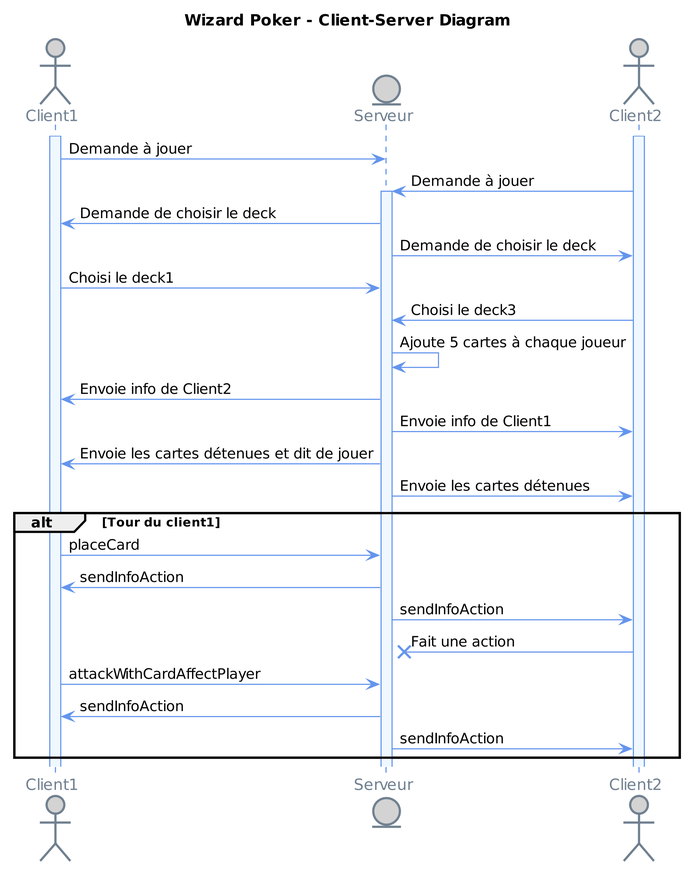
This is srd/assets/uml/ClientServerDiagram.png from elishadrion/tetris, a PlantUML export, as it was before one commit.
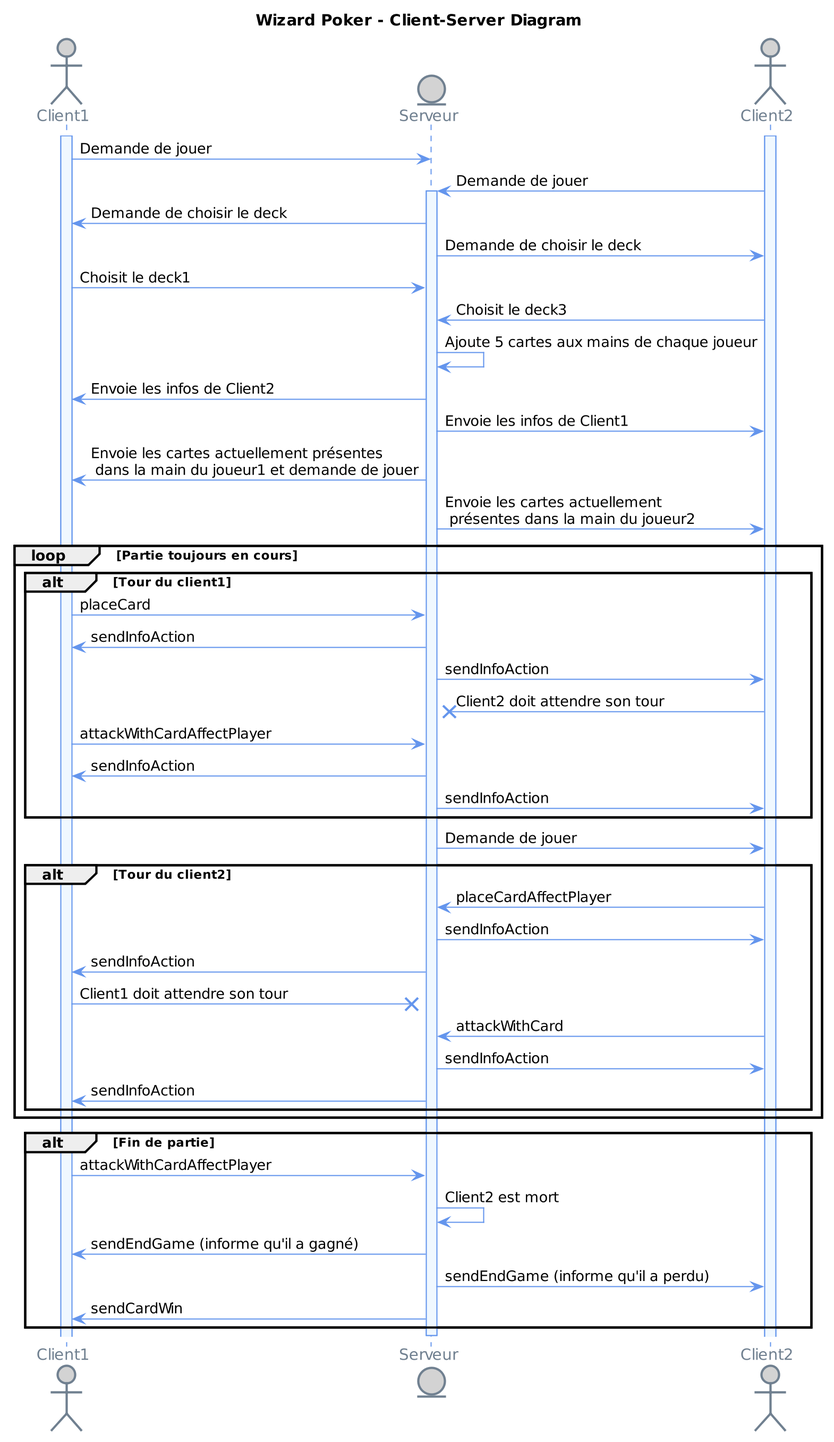
After the commit.

Commit message:
Ajout de la fin de partie dans le diagramme Client/server Mise à jour du PNG

What changed in the source:
```diff
@@ -1,10 +1,9 @@
 @startuml
-
 title Wizard Poker - Client-Server Diagram
 
 skinparam shadowing false
 
-skinparam dpi 300
+skinparam dpi 200
 
 skinparam sequence {
   ArrowColor CornflowerBlue
@@ -29,26 +28,50 @@
 
 
 
-Client1 -> Serveur : Demande à jouer
-Client2 -> Serveur : Demande à jouer
+Client1 -> Serveur : Demande de jouer
+Client2 -> Serveur : Demande de jouer
 activate Serveur
 Serveur -> Client1 : Demande de choisir le deck
 Serveur -> Client2 : Demande de choisir le deck
-Client1 -> Serveur : Choisi le deck1
-Client2 -> Serveur : Choisi le deck3
-Serveur -> Serveur : Ajoute 5 cartes à chaque joueur
-Serveur -> Client1 : Envoie info de Client2
-Serveur -> Client2 : Envoie info de Client1
-Serveur -> Client1 : Envoie les cartes détenues et dit de jouer
-Serveur -> Client2 : Envoie les cartes détenues
+Client1 -> Serveur : Choisit le deck1
+Client2 -> Serveur : Choisit le deck3
+Serveur -> Serveur : Ajoute 5 cartes aux mains de chaque joueur
+Serveur -> Client1 : Envoie les infos de Client2
+Serveur -> Client2 : Envoie les infos de Client1
+Serveur -> Client1 : Envoie les cartes actuellement présentes\n dans la main du joueur1 et demande de jouer
+Serveur -> Client2 : Envoie les cartes actuellement\n présentes dans la main du joueur2
 
+loop Partie toujours en cours
 alt Tour du client1
   Client1 -> Serveur : placeCard
   Serveur -> Client1 : sendInfoAction
   Serveur -> Client2 : sendInfoAction
-  Client2 ->x Serveur : Fait une action
+  Client2 ->x Serveur : Client2 doit attendre son tour
   Client1 -> Serveur : attackWithCardAffectPlayer
   Serveur -> Client1 : sendInfoAction
   Serveur -> Client2 : sendInfoAction
 end
+
+Serveur -> Client2 : Demande de jouer
+
+alt Tour du client2
+  Client2 -> Serveur : placeCardAffectPlayer
+  Serveur -> Client2 : sendInfoAction
+  Serveur -> Client1 : sendInfoAction
+  Client1 ->x Serveur : Client1 doit attendre son tour
+  Client2 -> Serveur : attackWithCard
+  Serveur -> Client2 : sendInfoAction
+  Serveur -> Client1 : sendInfoAction
+end
+
+end
+
+alt Fin de partie
+  Client1 -> Serveur : attackWithCardAffectPlayer
+  Serveur -> Serveur : Client2 est mort
+  Serveur -> Client1 : sendEndGame (informe qu'il a gagné)
+  Serveur -> Client2 : sendEndGame (informe qu'il a perdu)
+  Serveur -> Client1 : sendCardWin
+end
+deactivate Serveur
 @enduml
```
